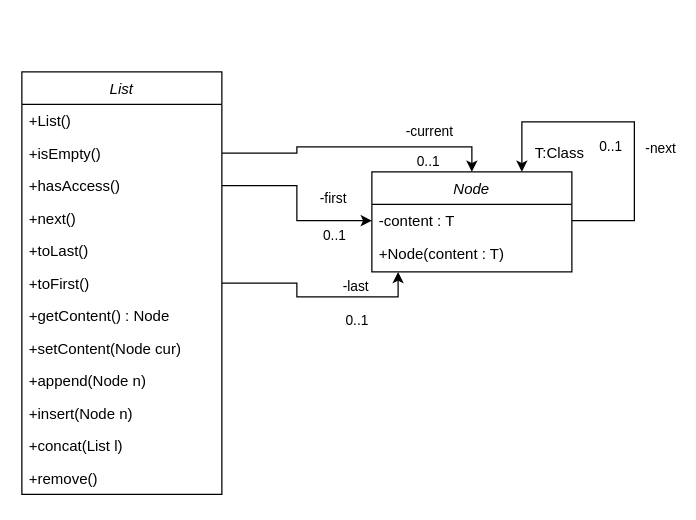
This is ListeKlassendiagramm/ListeKlassendiagramm.drawio from trauty/bg-inf-solutions, a draw.io file, before an edit. Source tidied: cells renumbered, new cells numbered last; positions are measured from the earlier drawing's top-left corner, leaving out a move shared by most shapes. Both pictures are drawn from the tidied source at 125%, with x=0, y=0 at pixel (21, 71).
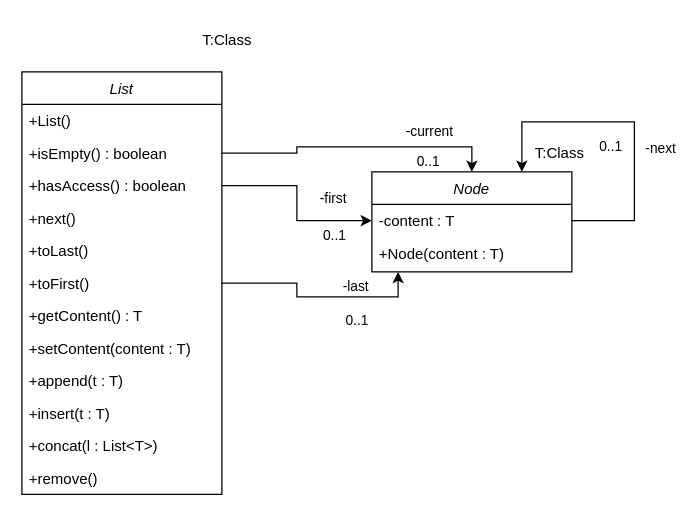
The same diagram, later.

Unchanged cells that the change refers to:
```xml
<mxCell id="2" value="List" style="swimlane;fontStyle=2;align=center;verticalAlign=top;horizontal=1;startSize=26;rounded=0;shadow=0;strokeWidth=1;" parent="1" vertex="1">
  <mxGeometry width="160" height="338" as="geometry" />
</mxCell>
```

The edit, as a diff of the source:
```diff
@@
-    <mxCell id="4" value="+isEmpty()" style="text;align=left;verticalAlign=top;spacingLeft=4;spacingRight=4;overflow=hidden;points=[[0,0.5],[1,0.5]];portConstraint=eastwest;rounded=0;shadow=0;html=0;" parent="2" vertex="1">
+    <mxCell id="4" value="+isEmpty() : boolean" style="text;align=left;verticalAlign=top;spacingLeft=4;spacingRight=4;overflow=hidden;points=[[0,0.5],[1,0.5]];portConstraint=eastwest;rounded=0;shadow=0;html=0;" parent="2" vertex="1">
       <mxGeometry y="52" width="160" height="26" as="geometry" />
     </mxCell>
-    <mxCell id="5" value="+hasAccess()" style="text;align=left;verticalAlign=top;spacingLeft=4;spacingRight=4;overflow=hidden;points=[[0,0.5],[1,0.5]];portConstraint=eastwest;rounded=0;shadow=0;html=0;" parent="2" vertex="1">
+    <mxCell id="5" value="+hasAccess() : boolean" style="text;align=left;verticalAlign=top;spacingLeft=4;spacingRight=4;overflow=hidden;points=[[0,0.5],[1,0.5]];portConstraint=eastwest;rounded=0;shadow=0;html=0;" parent="2" vertex="1">
       <mxGeometry y="78" width="160" height="26" as="geometry" />
     </mxCell>
@@
-    <mxCell id="9" value="+getContent() : Node" style="text;align=left;verticalAlign=top;spacingLeft=4;spacingRight=4;overflow=hidden;rounded=0;shadow=0;html=0;" parent="2" vertex="1">
+    <mxCell id="9" value="+getContent() : T" style="text;align=left;verticalAlign=top;spacingLeft=4;spacingRight=4;overflow=hidden;rounded=0;shadow=0;html=0;" parent="2" vertex="1">
       <mxGeometry y="182" width="160" height="26" as="geometry" />
     </mxCell>
-    <mxCell id="10" value="+setContent(Node cur) " style="text;align=left;verticalAlign=top;spacingLeft=4;spacingRight=4;overflow=hidden;rounded=0;shadow=0;html=0;" parent="2" vertex="1">
+    <mxCell id="10" value="+setContent(content : T) " style="text;align=left;verticalAlign=top;spacingLeft=4;spacingRight=4;overflow=hidden;rounded=0;shadow=0;html=0;" parent="2" vertex="1">
       <mxGeometry y="208" width="160" height="26" as="geometry" />
     </mxCell>
-    <mxCell id="11" value="+append(Node n)" style="text;align=left;verticalAlign=top;spacingLeft=4;spacingRight=4;overflow=hidden;rounded=0;shadow=0;html=0;" parent="2" vertex="1">
+    <mxCell id="11" value="+append(t : T)" style="text;align=left;verticalAlign=top;spacingLeft=4;spacingRight=4;overflow=hidden;rounded=0;shadow=0;html=0;" parent="2" vertex="1">
       <mxGeometry y="234" width="160" height="26" as="geometry" />
     </mxCell>
-    <mxCell id="12" value="+insert(Node n)" style="text;align=left;verticalAlign=top;spacingLeft=4;spacingRight=4;overflow=hidden;rounded=0;shadow=0;html=0;" parent="2" vertex="1">
+    <mxCell id="12" value="+insert(t : T)" style="text;align=left;verticalAlign=top;spacingLeft=4;spacingRight=4;overflow=hidden;rounded=0;shadow=0;html=0;" parent="2" vertex="1">
       <mxGeometry y="260" width="160" height="26" as="geometry" />
     </mxCell>
-    <mxCell id="13" value="+concat(List l)" style="text;align=left;verticalAlign=top;spacingLeft=4;spacingRight=4;overflow=hidden;rounded=0;shadow=0;html=0;" parent="2" vertex="1">
+    <mxCell id="13" value="+concat(l : List&lt;T&gt;)" style="text;align=left;verticalAlign=top;spacingLeft=4;spacingRight=4;overflow=hidden;rounded=0;shadow=0;html=0;" parent="2" vertex="1">
       <mxGeometry y="286" width="160" height="26" as="geometry" />
     </mxCell>
@@
+    <mxCell id="31" value="T:Class" style="text;html=1;align=center;verticalAlign=middle;strokeColor=none;fillColor=none;" parent="1" vertex="1">
+      <mxGeometry x="134" y="-40" width="60" height="30" as="geometry" />
+    </mxCell>
```
